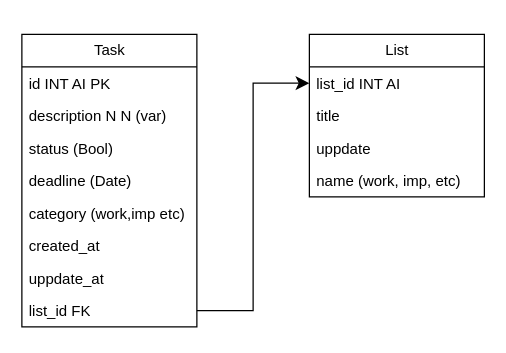
obeyhades/Test-03 keeps this draw.io diagram as src/ER.drawio. Above is the earlier version. Source tidied: cells renumbered, new cells numbered last; positions are measured from the earlier drawing's top-left corner, leaving out a move shared by most shapes. Both pictures are drawn from the tidied source at 125%, with x=0, y=0 at pixel (21, 34).
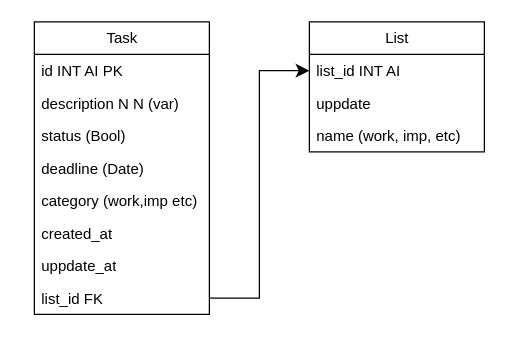
After the change.

Diff of the diagram source:
```diff
@@
 <mxGraphModel>
   <root>
     <mxCell id="0" />
     <mxCell id="1" parent="0" />
     <mxCell id="2" value="Task" style="swimlane;fontStyle=0;horizontal=1;startSize=26;fillColor=none;html=1;" parent="1" vertex="1">
-      <mxGeometry width="140" height="234" as="geometry" />
+      <mxGeometry x="10" y="-10" width="140" height="234" as="geometry" />
     </mxCell>
     <mxCell id="3" value="id INT AI PK" style="text;strokeColor=none;fillColor=none;align=left;verticalAlign=top;spacingLeft=4;spacingRight=4;overflow=hidden;whiteSpace=wrap;html=1;" parent="2" vertex="1">
       <mxGeometry y="26" width="140" height="26" as="geometry" />
     </mxCell>
     <mxCell id="4" value="description N N (var)" style="text;strokeColor=none;fillColor=none;align=left;verticalAlign=top;spacingLeft=4;spacingRight=4;overflow=hidden;whiteSpace=wrap;html=1;" parent="2" vertex="1">
       <mxGeometry y="52" width="140" height="26" as="geometry" />
     </mxCell>
     <mxCell id="5" value="status (Bool)" style="text;strokeColor=none;fillColor=none;align=left;verticalAlign=top;spacingLeft=4;spacingRight=4;overflow=hidden;whiteSpace=wrap;html=1;" parent="2" vertex="1">
       <mxGeometry y="78" width="140" height="26" as="geometry" />
     </mxCell>
     <mxCell id="6" value="deadline (Date)" style="text;strokeColor=none;fillColor=none;align=left;verticalAlign=top;spacingLeft=4;spacingRight=4;overflow=hidden;whiteSpace=wrap;html=1;" parent="2" vertex="1">
       <mxGeometry y="104" width="140" height="26" as="geometry" />
     </mxCell>
     <mxCell id="7" value="category (work,imp etc)" style="text;strokeColor=none;fillColor=none;align=left;verticalAlign=top;spacingLeft=4;spacingRight=4;overflow=hidden;whiteSpace=wrap;html=1;" parent="2" vertex="1">
       <mxGeometry y="130" width="140" height="26" as="geometry" />
     </mxCell>
     <mxCell id="8" value="created_at" style="text;strokeColor=none;fillColor=none;align=left;verticalAlign=top;spacingLeft=4;spacingRight=4;overflow=hidden;whiteSpace=wrap;html=1;" parent="2" vertex="1">
       <mxGeometry y="156" width="140" height="26" as="geometry" />
     </mxCell>
     <mxCell id="9" value="uppdate_at&lt;br&gt;" style="text;strokeColor=none;fillColor=none;align=left;verticalAlign=top;spacingLeft=4;spacingRight=4;overflow=hidden;whiteSpace=wrap;html=1;" parent="2" vertex="1">
       <mxGeometry y="182" width="140" height="26" as="geometry" />
     </mxCell>
     <mxCell id="10" value="list_id FK" style="text;strokeColor=none;fillColor=none;align=left;verticalAlign=top;spacingLeft=4;spacingRight=4;overflow=hidden;points=[[0,0.5],[1,0.5]];portConstraint=eastwest;whiteSpace=wrap;html=1;" parent="2" vertex="1">
       <mxGeometry y="208" width="140" height="26" as="geometry" />
     </mxCell>
     <mxCell id="11" value="List" style="swimlane;fontStyle=0;horizontal=1;startSize=26;fillColor=none;html=1;" parent="1" vertex="1">
-      <mxGeometry x="230" width="140" height="130" as="geometry" />
+      <mxGeometry x="230" y="-10" width="140" height="104" as="geometry" />
     </mxCell>
     <mxCell id="12" value="list_id INT AI" style="text;strokeColor=none;fillColor=none;align=left;verticalAlign=top;spacingLeft=4;spacingRight=4;overflow=hidden;points=[[0,0.5],[1,0.5]];portConstraint=eastwest;whiteSpace=wrap;html=1;" parent="11" vertex="1">
       <mxGeometry y="26" width="140" height="26" as="geometry" />
     </mxCell>
-    <mxCell id="13" value="title" style="text;strokeColor=none;fillColor=none;align=left;verticalAlign=top;spacingLeft=4;spacingRight=4;overflow=hidden;whiteSpace=wrap;html=1;" parent="11" vertex="1">
-      <mxGeometry y="52" width="140" height="26" as="geometry" />
-    </mxCell>
     <mxCell id="14" value="uppdate" style="text;strokeColor=none;fillColor=none;align=left;verticalAlign=top;spacingLeft=4;spacingRight=4;overflow=hidden;whiteSpace=wrap;html=1;" parent="11" vertex="1">
-      <mxGeometry y="78" width="140" height="26" as="geometry" />
+      <mxGeometry y="52" width="140" height="26" as="geometry" />
     </mxCell>
     <mxCell id="15" value="name (work, imp, etc)" style="text;strokeColor=none;fillColor=none;align=left;verticalAlign=top;spacingLeft=4;spacingRight=4;overflow=hidden;whiteSpace=wrap;html=1;" parent="11" vertex="1">
-      <mxGeometry y="104" width="140" height="26" as="geometry" />
+      <mxGeometry y="78" width="140" height="26" as="geometry" />
     </mxCell>
     <mxCell id="16" style="edgeStyle=elbowEdgeStyle;elbow=horizontal;endArrow=classic;html=1;curved=0;rounded=0;endSize=8;startSize=8;exitX=1;exitY=0.5;exitDx=0;exitDy=0;" parent="1" edge="1" source="10" target="12">
       <mxGeometry relative="1" as="geometry" />
     </mxCell>
   </root>
 </mxGraphModel>
```
